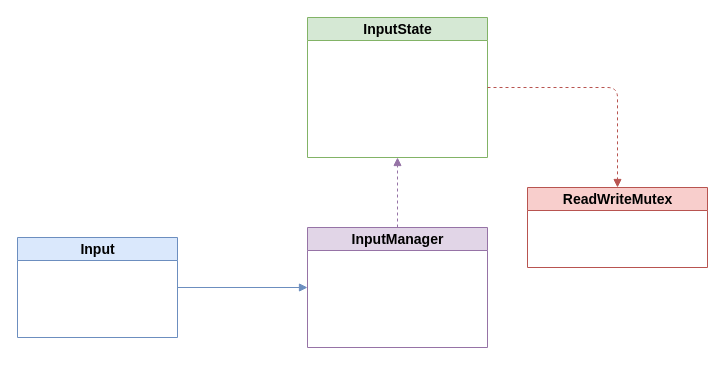
Earlier version of the draw.io diagram docs/input/diagrams/input.drawio (vertexnova/vneevents). Source tidied: cells renumbered, new cells numbered last; positions are measured from the earlier drawing's top-left corner, leaving out a move shared by most shapes. Both pictures are drawn from the tidied source at 100%, with x=0, y=0 at pixel (17, 17).
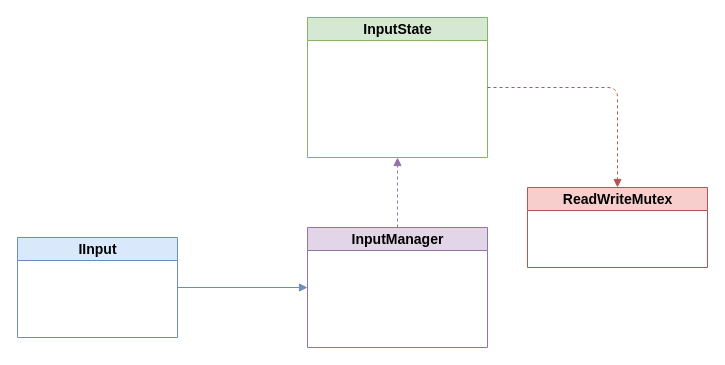
The same diagram, later.

Commit message:
Add I prefix to Input interface class in diagram

- Rename Input to IInput in input.drawio diagram
- Aligns with coding guidelines: I prefix for interface classes
- Matches pattern used in events diagram (EventListener_I, Event_I)

Diff of the diagram source:
```diff
@@
 <mxGraphModel>
   <root>
     <mxCell id="0" />
     <mxCell id="1" parent="0" />
-    <mxCell id="2" value="Input" style="swimlane;html=1;fillColor=#dae8fc;strokeColor=#6c8ebf;fontSize=14;fontStyle=1;" parent="1" vertex="1">
+    <mxCell id="2" value="IInput" style="swimlane;html=1;fillColor=#dae8fc;strokeColor=#6c8ebf;fontSize=14;fontStyle=1;" parent="1" vertex="1">
       <mxGeometry y="220" width="160" height="100" as="geometry" />
     </mxCell>
     <mxCell id="3" value="InputManager" style="swimlane;html=1;fillColor=#e1d5e7;strokeColor=#9673a6;fontSize=14;fontStyle=1;" parent="1" vertex="1">
       <mxGeometry x="290" y="210" width="180" height="120" as="geometry" />
     </mxCell>
     <mxCell id="4" value="InputState" style="swimlane;html=1;fillColor=#d5e8d4;strokeColor=#82b366;fontSize=14;fontStyle=1;" parent="1" vertex="1">
       <mxGeometry x="290" width="180" height="140" as="geometry" />
     </mxCell>
     <mxCell id="5" style="edgeStyle=orthogonalEdgeStyle;endArrow=block;html=1;strokeColor=#6c8ebf;" parent="1" edge="1" source="2" target="3">
       <mxGeometry relative="1" as="geometry" />
     </mxCell>
     <mxCell id="6" style="edgeStyle=orthogonalEdgeStyle;endArrow=block;html=1;strokeColor=#9673a6;dashed=1;" parent="1" edge="1" source="3" target="4">
       <mxGeometry relative="1" as="geometry" />
     </mxCell>
     <mxCell id="7" value="ReadWriteMutex" style="swimlane;html=1;fillColor=#f8cecc;strokeColor=#b85450;fontSize=14;fontStyle=1;" parent="1" vertex="1">
       <mxGeometry x="510" y="170" width="180" height="80" as="geometry" />
     </mxCell>
     <mxCell id="8" style="edgeStyle=orthogonalEdgeStyle;endArrow=block;html=1;strokeColor=#b85450;dashed=1;" parent="1" edge="1" source="4" target="7">
       <mxGeometry relative="1" as="geometry" />
     </mxCell>
   </root>
 </mxGraphModel>
```
